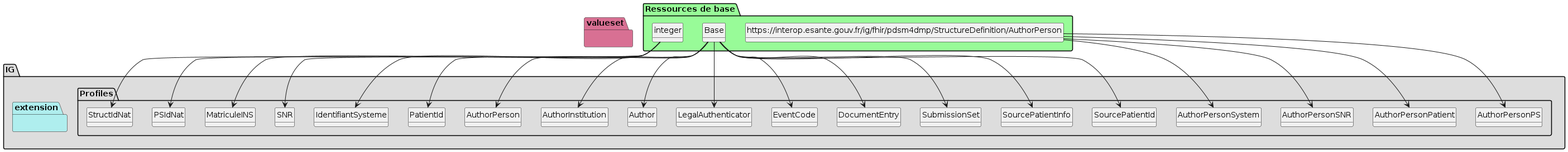
The PlantUML diagram add-info-dmp/plantuml/graph.png in ansforge/IG-FHIR-PDSM4DMP-EEDS, before a commit.
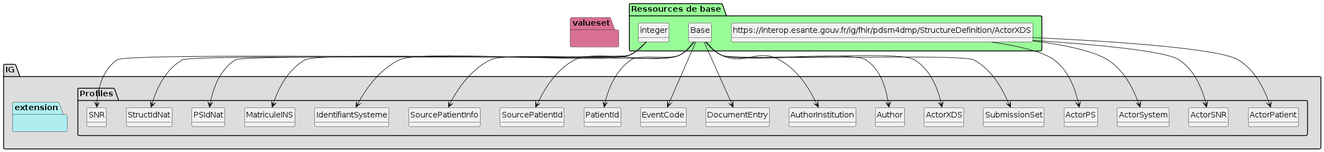
After the change.

What changed in the source:
```diff
@@ -6,6 +6,64 @@
 package IG #DDDDDD{
 
      package Profiles #DDDDDD{
+
+        class ActorPS{
+
+             ActorPS => [None..None]
+             ActorPS.XCN1 => [None..None]
+             ActorPS.XCN2 => [None..None]
+             ActorPS.XCN3 => [None..None]
+             ActorPS.XCN9.composant2 => [None..None]
+             ActorPS.XCN10 => [None..None]
+             ActorPS.XCN13 => [None..None]
+        }
+
+        class ActorPatient{
+
+             ActorPatient => [None..None]
+             ActorPatient.XCN1 => [None..None]
+             ActorPatient.XCN2 => [None..None]
+             ActorPatient.XCN3 => [None..None]
+             ActorPatient.XCN9.composant2 => [None..None]
+             ActorPatient.XCN10 => [None..None]
+             ActorPatient.XCN13 => [None..None]
+        }
+
+        class ActorSNR{
+
+             ActorSNR => [None..None]
+             ActorSNR.XCN1 => [None..None]
+             ActorSNR.XCN2 => [None..None]
+             ActorSNR.XCN3 => [None..None]
+             ActorSNR.XCN9.composant2 => [None..None]
+             ActorSNR.XCN10 => [None..None]
+             ActorSNR.XCN13 => [None..None]
+        }
+
+        class ActorSystem{
+
+             ActorSystem => [None..None]
+             ActorSystem.XCN1 => [None..None]
+             ActorSystem.XCN2 => [None..None]
+             ActorSystem.XCN3 => [None..None]
+             ActorSystem.XCN9.composant2 => [None..None]
+             ActorSystem.XCN10 => [None..None]
+             ActorSystem.XCN13 => [None..None]
+        }
+
+        class ActorXDS{
+
+             ActorXDS => [None..None]
+             ActorXDS.XCN1 => [1..1]
+             ActorXDS.XCN2 => [1..1]
+             ActorXDS.XCN3 => [1..1]
+             ActorXDS.XCN9 => [1..1]
+             ActorXDS.XCN9.composant1 => [1..1]
+             ActorXDS.XCN9.composant2 => [1..1]
+             ActorXDS.XCN9.composant3 => [1..1]
+             ActorXDS.XCN10 => [1..1]
+             ActorXDS.XCN13 => [1..1]
+        }
 
         class Author{
 
@@ -26,64 +84,6 @@
              AuthorInstitution.XON6.composant3 => [1..1]
              AuthorInstitution.XON7 => [1..1]
              AuthorInstitution.XON10 => [1..1]
-        }
-
-        class AuthorPerson{
-
-             AuthorPerson => [None..None]
-             AuthorPerson.XCN1 => [1..1]
-             AuthorPerson.XCN2 => [1..1]
-             AuthorPerson.XCN3 => [1..1]
-             AuthorPerson.XCN9 => [1..1]
-             AuthorPerson.XCN9.composant1 => [1..1]
-             AuthorPerson.XCN9.composant2 => [1..1]
-             AuthorPerson.XCN9.composant3 => [1..1]
-             AuthorPerson.XCN10 => [1..1]
-             AuthorPerson.XCN13 => [1..1]
-        }
-
-        class AuthorPersonPS{
-
-             AuthorPersonPS => [None..None]
-             AuthorPersonPS.XCN1 => [None..None]
-             AuthorPersonPS.XCN2 => [None..None]
-             AuthorPersonPS.XCN3 => [None..None]
-             AuthorPersonPS.XCN9.composant2 => [None..None]
-             AuthorPersonPS.XCN10 => [None..None]
-             AuthorPersonPS.XCN13 => [None..None]
-        }
-
-        class AuthorPersonPatient{
-
-             AuthorPersonPatient => [None..None]
-             AuthorPersonPatient.XCN1 => [None..None]
-             AuthorPersonPatient.XCN2 => [None..None]
-             AuthorPersonPatient.XCN3 => [None..None]
-             AuthorPersonPatient.XCN9.composant2 => [None..None]
-             AuthorPersonPatient.XCN10 => [None..None]
-             AuthorPersonPatient.XCN13 => [None..None]
-        }
-
-        class AuthorPersonSNR{
-
-             AuthorPersonSNR => [None..None]
-             AuthorPersonSNR.XCN1 => [None..None]
-             AuthorPersonSNR.XCN2 => [None..None]
-             AuthorPersonSNR.XCN3 => [None..None]
-             AuthorPersonSNR.XCN9.composant2 => [None..None]
-             AuthorPersonSNR.XCN10 => [None..None]
-             AuthorPersonSNR.XCN13 => [None..None]
-        }
-
-        class AuthorPersonSystem{
-
-             AuthorPersonSystem => [None..None]
-             AuthorPersonSystem.XCN1 => [None..None]
-             AuthorPersonSystem.XCN2 => [None..None]
-             AuthorPersonSystem.XCN3 => [None..None]
-             AuthorPersonSystem.XCN9.composant2 => [None..None]
-             AuthorPersonSystem.XCN10 => [None..None]
-             AuthorPersonSystem.XCN13 => [None..None]
         }
 
         class DocumentEntry{
@@ -133,17 +133,6 @@
 
         class IdentifiantSysteme{
 
-        }
-
-        class LegalAuthenticator{
-
-             LegalAuthenticator => [None..None]
-             LegalAuthenticator.XCN1 => [1..1]
-             LegalAuthenticator.XCN2 => [1..1]
-             LegalAuthenticator.XCN3 => [1..1]
-             LegalAuthenticator.XCN9 => [1..1]
-             LegalAuthenticator.XCN10 => [1..1]
-             LegalAuthenticator.XCN13 => [1..1]
         }
 
         class MatriculeINS{
@@ -222,6 +211,26 @@
 
 package "Ressources de base" #palegreen {
 
+ class "https://interop.esante.gouv.fr/ig/fhir/pdsm4dmp/StructureDefinition/ActorXDS" as  classb1fa6044c54073490b5e2804c2a7a77e
+
+    classb1fa6044c54073490b5e2804c2a7a77e --> ActorPS
+
+ class "https://interop.esante.gouv.fr/ig/fhir/pdsm4dmp/StructureDefinition/ActorXDS" as  classb1fa6044c54073490b5e2804c2a7a77e
+
+    classb1fa6044c54073490b5e2804c2a7a77e --> ActorPatient
+
+ class "https://interop.esante.gouv.fr/ig/fhir/pdsm4dmp/StructureDefinition/ActorXDS" as  classb1fa6044c54073490b5e2804c2a7a77e
+
+    classb1fa6044c54073490b5e2804c2a7a77e --> ActorSNR
+
+ class "https://interop.esante.gouv.fr/ig/fhir/pdsm4dmp/StructureDefinition/ActorXDS" as  classb1fa6044c54073490b5e2804c2a7a77e
+
+    classb1fa6044c54073490b5e2804c2a7a77e --> ActorSystem
+
+ class "Base" as  class095a1b43effec73955e31e790438de49
+
+    class095a1b43effec73955e31e790438de49 --> ActorXDS
+
  class "Base" as  class095a1b43effec73955e31e790438de49
 
     class095a1b43effec73955e31e790438de49 --> Author
@@ -229,26 +238,6 @@
  class "Base" as  class095a1b43effec73955e31e790438de49
 
     class095a1b43effec73955e31e790438de49 --> AuthorInstitution
-
- class "Base" as  class095a1b43effec73955e31e790438de49
-
-    class095a1b43effec73955e31e790438de49 --> AuthorPerson
-
- class "https://interop.esante.gouv.fr/ig/fhir/pdsm4dmp/StructureDefinition/AuthorPerson" as  class13efa5e33f55644d6cfbc450d7ab19ac
-
-    class13efa5e33f55644d6cfbc450d7ab19ac --> AuthorPersonPS
-
- class "https://interop.esante.gouv.fr/ig/fhir/pdsm4dmp/StructureDefinition/AuthorPerson" as  class13efa5e33f55644d6cfbc450d7ab19ac
-
-    class13efa5e33f55644d6cfbc450d7ab19ac --> AuthorPersonPatient
-
- class "https://interop.esante.gouv.fr/ig/fhir/pdsm4dmp/StructureDefinition/AuthorPerson" as  class13efa5e33f55644d6cfbc450d7ab19ac
-
-    class13efa5e33f55644d6cfbc450d7ab19ac --> AuthorPersonSNR
-
- class "https://interop.esante.gouv.fr/ig/fhir/pdsm4dmp/StructureDefinition/AuthorPerson" as  class13efa5e33f55644d6cfbc450d7ab19ac
-
-    class13efa5e33f55644d6cfbc450d7ab19ac --> AuthorPersonSystem
 
  class "Base" as  class095a1b43effec73955e31e790438de49
 
@@ -261,10 +250,6 @@
  class "integer" as  class157db7df530023575515d366c9b672e8
 
     class157db7df530023575515d366c9b672e8 --> IdentifiantSysteme
-
- class "Base" as  class095a1b43effec73955e31e790438de49
-
-    class095a1b43effec73955e31e790438de49 --> LegalAuthenticator
 
  class "integer" as  class157db7df530023575515d366c9b672e8
 
```
